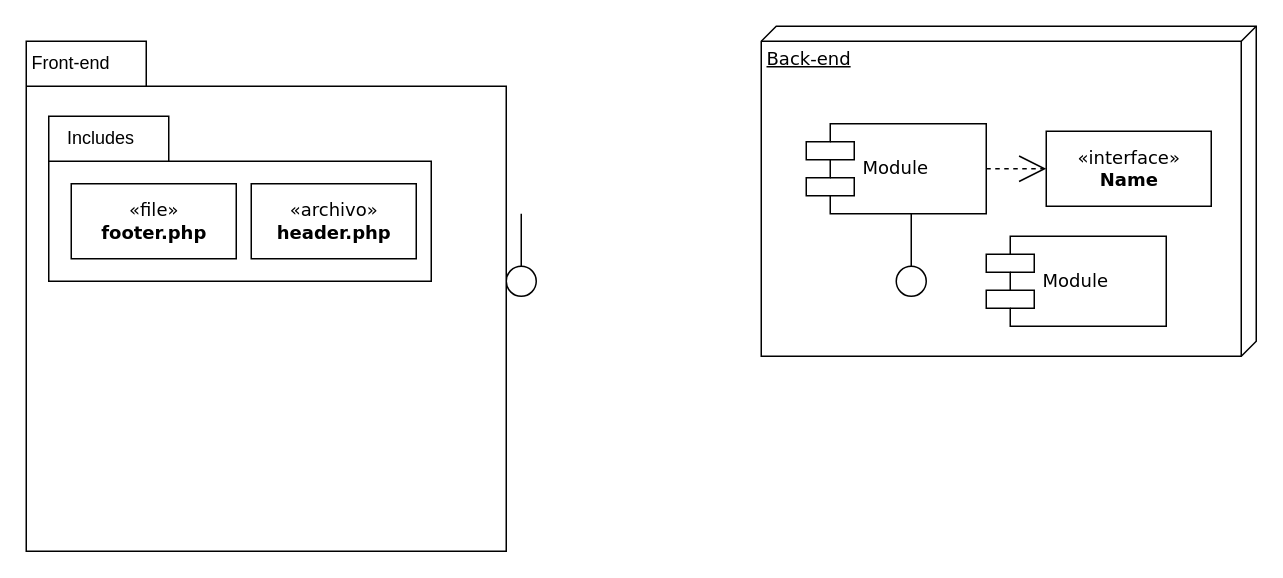
Earlier version of the draw.io diagram Diagramas/DiagramaComponentesMich.drawio (JorgeADnro/Torres). Source tidied: cells renumbered, new cells numbered last; positions are measured from the earlier drawing's top-left corner, leaving out a move shared by most shapes. Both pictures are drawn from the tidied source at 150%, with x=0, y=0 at pixel (26, 26).
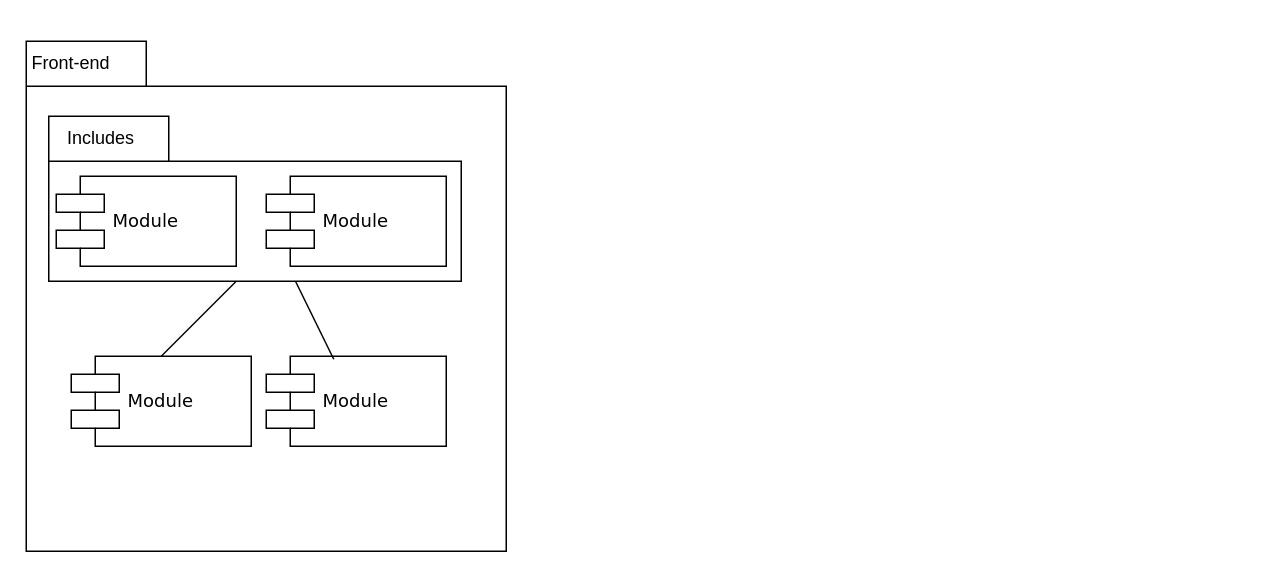
Above is the later version.

Change to the diagram source:
```diff
@@
 <mxGraphModel>
   <root>
     <mxCell id="0" />
     <mxCell id="1" parent="0" />
-    <mxCell id="2" value="Back-end" style="verticalAlign=top;align=left;spacingTop=8;spacingLeft=2;spacingRight=12;shape=cube;size=10;direction=south;fontStyle=4;html=1;rounded=0;shadow=0;comic=0;labelBackgroundColor=none;strokeWidth=1;fontFamily=Verdana;fontSize=12;" parent="1" vertex="1">
-      <mxGeometry x="490" width="330" height="220" as="geometry" />
-    </mxCell>
-    <mxCell id="3" style="ellipse;whiteSpace=wrap;html=1;rounded=0;shadow=0;comic=0;labelBackgroundColor=none;strokeWidth=1;fontFamily=Verdana;fontSize=12;align=center;" parent="1" vertex="1">
-      <mxGeometry x="320" y="160" width="20" height="20" as="geometry" />
-    </mxCell>
-    <mxCell id="4" value="Module" style="shape=component;align=left;spacingLeft=36;rounded=0;shadow=0;comic=0;labelBackgroundColor=none;strokeWidth=1;fontFamily=Verdana;fontSize=12;html=1;" parent="1" vertex="1">
-      <mxGeometry x="520" y="65" width="120" height="60" as="geometry" />
-    </mxCell>
-    <mxCell id="5" value="&amp;laquo;interface&amp;raquo;&lt;br&gt;&lt;b&gt;Name&lt;/b&gt;" style="html=1;rounded=0;shadow=0;comic=0;labelBackgroundColor=none;strokeWidth=1;fontFamily=Verdana;fontSize=12;align=center;" parent="1" vertex="1">
-      <mxGeometry x="680" y="70" width="110" height="50" as="geometry" />
-    </mxCell>
-    <mxCell id="6" style="ellipse;whiteSpace=wrap;html=1;rounded=0;shadow=0;comic=0;labelBackgroundColor=none;strokeWidth=1;fontFamily=Verdana;fontSize=12;align=center;" parent="1" vertex="1">
-      <mxGeometry x="580" y="160" width="20" height="20" as="geometry" />
-    </mxCell>
-    <mxCell id="7" value="Module" style="shape=component;align=left;spacingLeft=36;rounded=0;shadow=0;comic=0;labelBackgroundColor=none;strokeWidth=1;fontFamily=Verdana;fontSize=12;html=1;" parent="1" vertex="1">
-      <mxGeometry x="640" y="140" width="120" height="60" as="geometry" />
-    </mxCell>
-    <mxCell id="8" style="edgeStyle=elbowEdgeStyle;rounded=0;html=1;labelBackgroundColor=none;startArrow=none;startFill=0;startSize=8;endArrow=none;endFill=0;endSize=16;fontFamily=Verdana;fontSize=12;" parent="1" edge="1" source="6" target="4">
-      <mxGeometry relative="1" as="geometry" />
-    </mxCell>
-    <mxCell id="9" style="edgeStyle=elbowEdgeStyle;rounded=0;html=1;labelBackgroundColor=none;startArrow=none;startFill=0;startSize=8;endArrow=none;endFill=0;endSize=16;fontFamily=Verdana;fontSize=12;" parent="1" edge="1" source="3">
-      <mxGeometry relative="1" as="geometry">
-        <mxPoint x="330" y="125" as="targetPoint" />
-      </mxGeometry>
-    </mxCell>
-    <mxCell id="10" style="edgeStyle=orthogonalEdgeStyle;rounded=0;html=1;dashed=1;labelBackgroundColor=none;startArrow=none;startFill=0;startSize=8;endArrow=open;endFill=0;endSize=16;fontFamily=Verdana;fontSize=12;" parent="1" edge="1" source="4" target="5">
-      <mxGeometry relative="1" as="geometry" />
-    </mxCell>
     <mxCell id="11" style="shape=folder;fontStyle=1;tabWidth=80;tabHeight=30;tabPosition=left;html=1;boundedLbl=1;whiteSpace=wrap;" parent="1" vertex="1">
       <mxGeometry y="10" width="320" height="340" as="geometry" />
     </mxCell>
     <mxCell id="12" style="shape=folder;fontStyle=1;tabWidth=80;tabHeight=30;tabPosition=left;html=1;boundedLbl=1;whiteSpace=wrap;" parent="1" vertex="1">
-      <mxGeometry x="15" y="60" width="255" height="110" as="geometry" />
+      <mxGeometry x="15" y="60" width="275" height="110" as="geometry" />
     </mxCell>
     <mxCell id="13" value="Front-end" style="text;html=1;strokeColor=none;fillColor=none;align=center;verticalAlign=middle;whiteSpace=wrap;rounded=0;" parent="1" vertex="1">
       <mxGeometry y="10" width="60" height="30" as="geometry" />
     </mxCell>
-    <mxCell id="14" value="«file» &lt;br&gt;&lt;b&gt;footer.php&lt;/b&gt;" style="html=1;rounded=0;shadow=0;comic=0;labelBackgroundColor=none;strokeWidth=1;fontFamily=Verdana;fontSize=12;align=center;" parent="1" vertex="1">
-      <mxGeometry x="30" y="105" width="110" height="50" as="geometry" />
-    </mxCell>
-    <mxCell id="15" value="«archivo» &lt;br&gt;&lt;b&gt;header.php&lt;/b&gt;" style="html=1;rounded=0;shadow=0;comic=0;labelBackgroundColor=none;strokeWidth=1;fontFamily=Verdana;fontSize=12;align=center;" parent="1" vertex="1">
-      <mxGeometry x="150" y="105" width="110" height="50" as="geometry" />
-    </mxCell>
     <mxCell id="16" value="Includes" style="text;html=1;strokeColor=none;fillColor=none;align=center;verticalAlign=middle;whiteSpace=wrap;rounded=0;" parent="1" vertex="1">
       <mxGeometry x="20" y="60" width="60" height="30" as="geometry" />
     </mxCell>
+    <mxCell id="17" style="endArrow=none;html=1;rounded=0;" parent="1" edge="1">
+      <mxGeometry relative="1" as="geometry">
+        <mxPoint x="90" y="220" as="sourcePoint" />
+        <mxPoint x="140" y="170" as="targetPoint" />
+      </mxGeometry>
+    </mxCell>
+    <mxCell id="18" value="Module" style="shape=component;align=left;spacingLeft=36;rounded=0;shadow=0;comic=0;labelBackgroundColor=none;strokeWidth=1;fontFamily=Verdana;fontSize=12;html=1;" parent="1" vertex="1">
+      <mxGeometry x="20" y="100" width="120" height="60" as="geometry" />
+    </mxCell>
+    <mxCell id="19" value="Module" style="shape=component;align=left;spacingLeft=36;rounded=0;shadow=0;comic=0;labelBackgroundColor=none;strokeWidth=1;fontFamily=Verdana;fontSize=12;html=1;" parent="1" vertex="1">
+      <mxGeometry x="160" y="100" width="120" height="60" as="geometry" />
+    </mxCell>
+    <mxCell id="20" value="Module" style="shape=component;align=left;spacingLeft=36;rounded=0;shadow=0;comic=0;labelBackgroundColor=none;strokeWidth=1;fontFamily=Verdana;fontSize=12;html=1;" parent="1" vertex="1">
+      <mxGeometry x="30" y="220" width="120" height="60" as="geometry" />
+    </mxCell>
+    <mxCell id="21" value="Module" style="shape=component;align=left;spacingLeft=36;rounded=0;shadow=0;comic=0;labelBackgroundColor=none;strokeWidth=1;fontFamily=Verdana;fontSize=12;html=1;" parent="1" vertex="1">
+      <mxGeometry x="160" y="220" width="120" height="60" as="geometry" />
+    </mxCell>
+    <mxCell id="22" style="endArrow=none;html=1;rounded=0;exitX=0.375;exitY=0.033;exitDx=0;exitDy=0;exitPerimeter=0;" parent="1" edge="1" source="21" target="12">
+      <mxGeometry relative="1" as="geometry" />
+    </mxCell>
   </root>
 </mxGraphModel>
```
